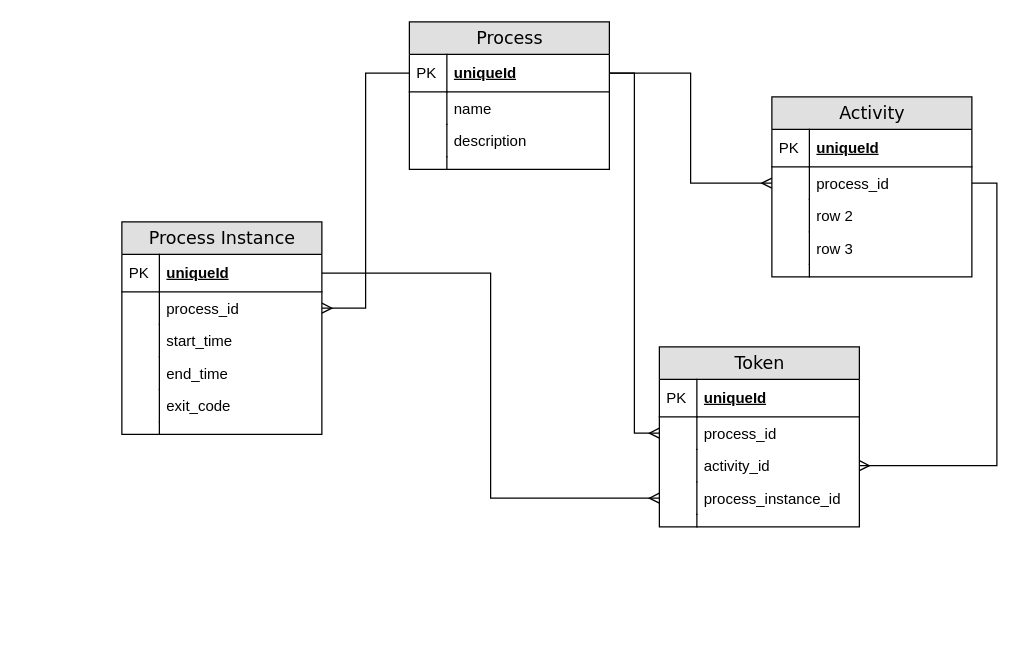
This is erd.drawio from GovStackWorkingGroup/bb-workflow, a draw.io file, before an edit. Source tidied: cells renumbered, new cells numbered last; positions are measured from the earlier drawing's top-left corner, leaving out a move shared by most shapes. Both pictures are drawn from the tidied source at 125%, with x=0, y=0 at pixel (121, 21).
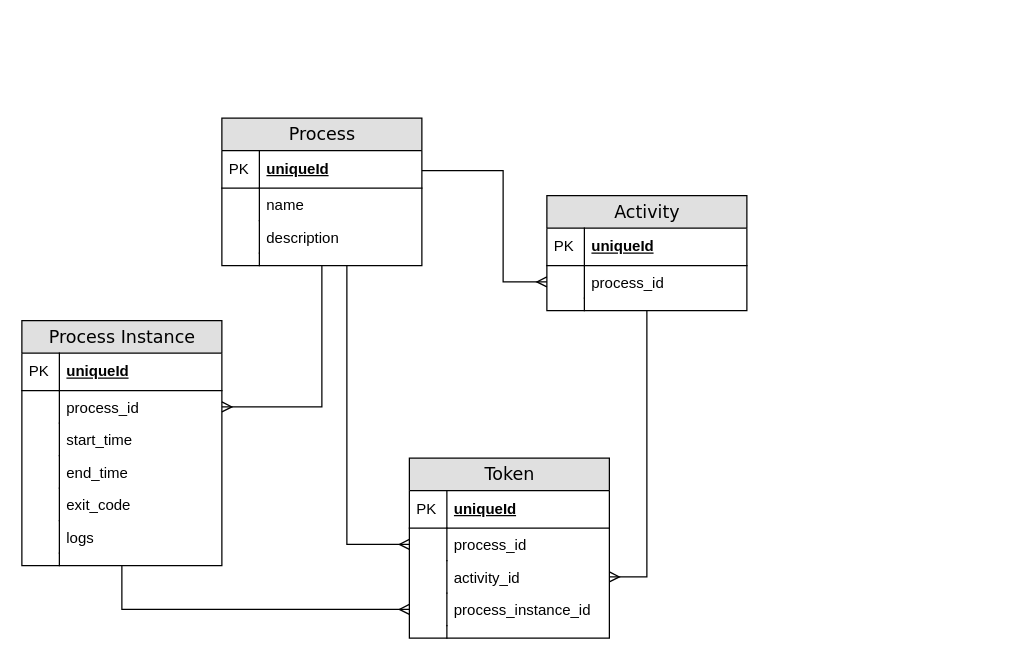
The same diagram, later.

Unchanged cells that the change refers to:
```xml
<mxCell id="3" value="uniqueId" style="shape=partialRectangle;top=0;left=0;right=0;bottom=1;html=1;align=left;verticalAlign=middle;fillColor=none;spacingLeft=34;spacingRight=4;whiteSpace=wrap;overflow=hidden;points=[[0,0.5],[1,0.5]];portConstraint=eastwest;fontStyle=5;" parent="2" vertex="1">
  <mxGeometry y="26" width="160" height="30" as="geometry" />
</mxCell>
<mxCell id="12" value="uniqueId" style="shape=partialRectangle;top=0;left=0;right=0;bottom=1;html=1;align=left;verticalAlign=middle;fillColor=none;spacingLeft=34;spacingRight=4;whiteSpace=wrap;overflow=hidden;points=[[0,0.5],[1,0.5]];portConstraint=eastwest;fontStyle=5;" parent="11" vertex="1">
  <mxGeometry y="26" width="160" height="30" as="geometry" />
</mxCell>
<mxCell id="14" value="process_id" style="shape=partialRectangle;top=0;left=0;right=0;bottom=0;html=1;align=left;verticalAlign=top;fillColor=none;spacingLeft=34;spacingRight=4;whiteSpace=wrap;overflow=hidden;points=[[0,0.5],[1,0.5]];portConstraint=eastwest;" parent="11" vertex="1">
  <mxGeometry y="56" width="160" height="26" as="geometry" />
</mxCell>
<mxCell id="28" value="process_id" style="shape=partialRectangle;top=0;left=0;right=0;bottom=0;html=1;align=left;verticalAlign=top;fillColor=none;spacingLeft=34;spacingRight=4;whiteSpace=wrap;overflow=hidden;points=[[0,0.5],[1,0.5]];portConstraint=eastwest;" parent="25" vertex="1">
  <mxGeometry y="56" width="160" height="26" as="geometry" />
</mxCell>
<mxCell id="40" value="process_id" style="shape=partialRectangle;top=0;left=0;right=0;bottom=0;html=1;align=left;verticalAlign=top;fillColor=none;spacingLeft=34;spacingRight=4;whiteSpace=wrap;overflow=hidden;points=[[0,0.5],[1,0.5]];portConstraint=eastwest;" parent="37" vertex="1">
  <mxGeometry y="56" width="160" height="26" as="geometry" />
</mxCell>
<mxCell id="42" value="activity_id" style="shape=partialRectangle;top=0;left=0;right=0;bottom=0;html=1;align=left;verticalAlign=top;fillColor=none;spacingLeft=34;spacingRight=4;whiteSpace=wrap;overflow=hidden;points=[[0,0.5],[1,0.5]];portConstraint=eastwest;" parent="37" vertex="1">
  <mxGeometry y="82" width="160" height="26" as="geometry" />
</mxCell>
<mxCell id="44" value="process_instance_id" style="shape=partialRectangle;top=0;left=0;right=0;bottom=0;html=1;align=left;verticalAlign=top;fillColor=none;spacingLeft=34;spacingRight=4;whiteSpace=wrap;overflow=hidden;points=[[0,0.5],[1,0.5]];portConstraint=eastwest;" parent="37" vertex="1">
  <mxGeometry y="108" width="160" height="26" as="geometry" />
</mxCell>
```

Change to the diagram source:
```diff
@@
     <mxCell id="2" value="Process" style="swimlane;html=1;fontStyle=0;horizontal=1;startSize=26;fillColor=#e0e0e0;swimlaneFillColor=#ffffff;align=center;rounded=0;shadow=0;comic=0;labelBackgroundColor=none;strokeWidth=1;fontFamily=Verdana;fontSize=14;swimlaneLine=1;" parent="1" vertex="1">
-      <mxGeometry x="230" width="160" height="118" as="geometry" />
+      <mxGeometry x="80" y="77" width="160" height="118" as="geometry" />
     </mxCell>
@@
     <mxCell id="11" value="Process Instance" style="swimlane;html=1;fontStyle=0;horizontal=1;startSize=26;fillColor=#e0e0e0;swimlaneFillColor=#ffffff;align=center;rounded=0;shadow=0;comic=0;labelBackgroundColor=none;strokeWidth=1;fontFamily=Verdana;fontSize=14;" parent="1" vertex="1">
-      <mxGeometry y="160" width="160" height="170" as="geometry" />
+      <mxGeometry x="-80" y="239" width="160" height="196" as="geometry" />
     </mxCell>
@@
+    <mxCell id="51" value="exit_code" style="shape=partialRectangle;top=0;left=0;right=0;bottom=0;html=1;align=left;verticalAlign=top;fillColor=none;spacingLeft=34;spacingRight=4;whiteSpace=wrap;overflow=hidden;" parent="11" vertex="1">
+      <mxGeometry y="134" width="160" height="26" as="geometry" />
+    </mxCell>
+    <mxCell id="52" style="shape=partialRectangle;top=0;left=0;bottom=0;html=1;fillColor=none;align=left;verticalAlign=top;spacingLeft=4;spacingRight=4;whiteSpace=wrap;overflow=hidden;" parent="51" vertex="1">
+      <mxGeometry width="30" height="26" as="geometry" />
+    </mxCell>
-    <mxCell id="20" value="exit_code" style="shape=partialRectangle;top=0;left=0;right=0;bottom=0;html=1;align=left;verticalAlign=top;fillColor=none;spacingLeft=34;spacingRight=4;whiteSpace=wrap;overflow=hidden;" parent="11" vertex="1">
-      <mxGeometry y="134" width="160" height="26" as="geometry" />
+    <mxCell id="20" value="logs" style="shape=partialRectangle;top=0;left=0;right=0;bottom=0;html=1;align=left;verticalAlign=top;fillColor=none;spacingLeft=34;spacingRight=4;whiteSpace=wrap;overflow=hidden;" parent="11" vertex="1">
+      <mxGeometry y="160" width="160" height="26" as="geometry" />
     </mxCell>
@@
     <mxCell id="22" style="shape=partialRectangle;top=0;left=0;right=0;bottom=0;html=1;align=left;verticalAlign=top;fillColor=none;spacingLeft=34;spacingRight=4;whiteSpace=wrap;overflow=hidden;" parent="11" vertex="1">
-      <mxGeometry y="160" width="160" height="10" as="geometry" />
+      <mxGeometry y="186" width="160" height="10" as="geometry" />
     </mxCell>
@@
-    <mxCell id="24" style="edgeStyle=orthogonalEdgeStyle;rounded=0;jettySize=auto;html=1;exitX=0;exitY=0.5;exitDx=0;exitDy=0;endArrow=ERmany;endFill=0;" parent="1" edge="1" source="3" target="14">
+    <mxCell id="24" style="edgeStyle=orthogonalEdgeStyle;rounded=0;jettySize=auto;html=1;endArrow=ERmany;endFill=0;" parent="1" edge="1" source="2" target="14">
       <mxGeometry relative="1" as="geometry" />
     </mxCell>
     <mxCell id="25" value="Activity" style="swimlane;html=1;fontStyle=0;horizontal=1;startSize=26;fillColor=#e0e0e0;swimlaneFillColor=#ffffff;align=center;rounded=0;shadow=0;comic=0;labelBackgroundColor=none;strokeWidth=1;fontFamily=Verdana;fontSize=14;" parent="1" vertex="1">
-      <mxGeometry x="520" y="60" width="160" height="144" as="geometry" />
+      <mxGeometry x="340" y="139" width="160" height="92" as="geometry" />
     </mxCell>
@@
-    <mxCell id="30" value="row 2" style="shape=partialRectangle;top=0;left=0;right=0;bottom=0;html=1;align=left;verticalAlign=top;fillColor=none;spacingLeft=34;spacingRight=4;whiteSpace=wrap;overflow=hidden;" parent="25" vertex="1">
-      <mxGeometry y="82" width="160" height="26" as="geometry" />
-    </mxCell>
-    <mxCell id="31" style="shape=partialRectangle;top=0;left=0;bottom=0;html=1;fillColor=none;align=left;verticalAlign=top;spacingLeft=4;spacingRight=4;whiteSpace=wrap;overflow=hidden;" parent="30" vertex="1">
-      <mxGeometry width="30" height="26" as="geometry" />
-    </mxCell>
-    <mxCell id="32" value="row 3" style="shape=partialRectangle;top=0;left=0;right=0;bottom=0;html=1;align=left;verticalAlign=top;fillColor=none;spacingLeft=34;spacingRight=4;whiteSpace=wrap;overflow=hidden;" parent="25" vertex="1">
-      <mxGeometry y="108" width="160" height="26" as="geometry" />
-    </mxCell>
-    <mxCell id="33" style="shape=partialRectangle;top=0;left=0;bottom=0;html=1;fillColor=none;align=left;verticalAlign=top;spacingLeft=4;spacingRight=4;whiteSpace=wrap;overflow=hidden;" parent="32" vertex="1">
-      <mxGeometry width="30" height="26" as="geometry" />
-    </mxCell>
     <mxCell id="34" style="shape=partialRectangle;top=0;left=0;right=0;bottom=0;html=1;align=left;verticalAlign=top;fillColor=none;spacingLeft=34;spacingRight=4;whiteSpace=wrap;overflow=hidden;" parent="25" vertex="1">
-      <mxGeometry y="134" width="160" height="10" as="geometry" />
+      <mxGeometry y="82" width="160" height="10" as="geometry" />
     </mxCell>
@@
-    <mxCell id="36" style="edgeStyle=orthogonalEdgeStyle;rounded=0;jettySize=auto;html=1;exitX=0;exitY=0.5;exitDx=0;exitDy=0;endArrow=none;endFill=0;startArrow=ERmany;startFill=0;" parent="1" edge="1" source="28" target="3">
-      <mxGeometry relative="1" as="geometry" />
+    <mxCell id="36" style="edgeStyle=orthogonalEdgeStyle;rounded=0;jettySize=auto;html=1;exitX=0;exitY=0.5;exitDx=0;exitDy=0;endArrow=none;endFill=0;startArrow=ERmany;startFill=0;" parent="1" edge="1" source="28" target="2">
+      <mxGeometry relative="1" as="geometry">
+        <Array as="points">
+          <mxPoint x="305" y="208" />
+          <mxPoint x="305" y="119" />
+        </Array>
+      </mxGeometry>
     </mxCell>
     <mxCell id="37" value="Token" style="swimlane;html=1;fontStyle=0;horizontal=1;startSize=26;fillColor=#e0e0e0;swimlaneFillColor=#ffffff;align=center;rounded=0;shadow=0;comic=0;labelBackgroundColor=none;strokeWidth=1;fontFamily=Verdana;fontSize=14;" parent="1" vertex="1">
-      <mxGeometry x="430" y="260" width="160" height="144" as="geometry" />
+      <mxGeometry x="230" y="349" width="160" height="144" as="geometry" />
     </mxCell>
@@
-    <mxCell id="48" style="edgeStyle=orthogonalEdgeStyle;rounded=0;jettySize=auto;html=1;exitX=0;exitY=0.5;exitDx=0;exitDy=0;startArrow=ERmany;startFill=0;endArrow=none;endFill=0;" parent="1" edge="1" source="40" target="3">
-      <mxGeometry relative="1" as="geometry" />
-    </mxCell>
-    <mxCell id="49" style="edgeStyle=orthogonalEdgeStyle;rounded=0;jettySize=auto;html=1;exitX=1;exitY=0.5;exitDx=0;exitDy=0;startArrow=ERmany;startFill=0;endArrow=none;endFill=0;entryX=1;entryY=0.5;entryDx=0;entryDy=0;" parent="1" edge="1" source="42" target="28">
+    <mxCell id="49" style="edgeStyle=orthogonalEdgeStyle;rounded=0;jettySize=auto;html=1;exitX=1;exitY=0.5;exitDx=0;exitDy=0;startArrow=ERmany;startFill=0;endArrow=none;endFill=0;" parent="1" edge="1" source="42" target="25">
       <mxGeometry relative="1" as="geometry" />
     </mxCell>
-    <mxCell id="50" style="edgeStyle=orthogonalEdgeStyle;rounded=0;jettySize=auto;html=1;exitX=0;exitY=0.5;exitDx=0;exitDy=0;startArrow=ERmany;startFill=0;endArrow=none;endFill=0;" parent="1" edge="1" source="44" target="12">
+    <mxCell id="50" style="edgeStyle=orthogonalEdgeStyle;rounded=0;jettySize=auto;html=1;exitX=0;exitY=0.5;exitDx=0;exitDy=0;startArrow=ERmany;startFill=0;endArrow=none;endFill=0;" parent="1" edge="1" source="44" target="11">
       <mxGeometry relative="1" as="geometry" />
     </mxCell>
+    <mxCell id="53" style="edgeStyle=orthogonalEdgeStyle;rounded=0;jettySize=auto;html=1;endArrow=ERmany;endFill=0;" parent="1" edge="1" source="2" target="40">
+      <mxGeometry relative="1" as="geometry">
+        <Array as="points">
+          <mxPoint x="180" y="418" />
+        </Array>
+      </mxGeometry>
+    </mxCell>
```
